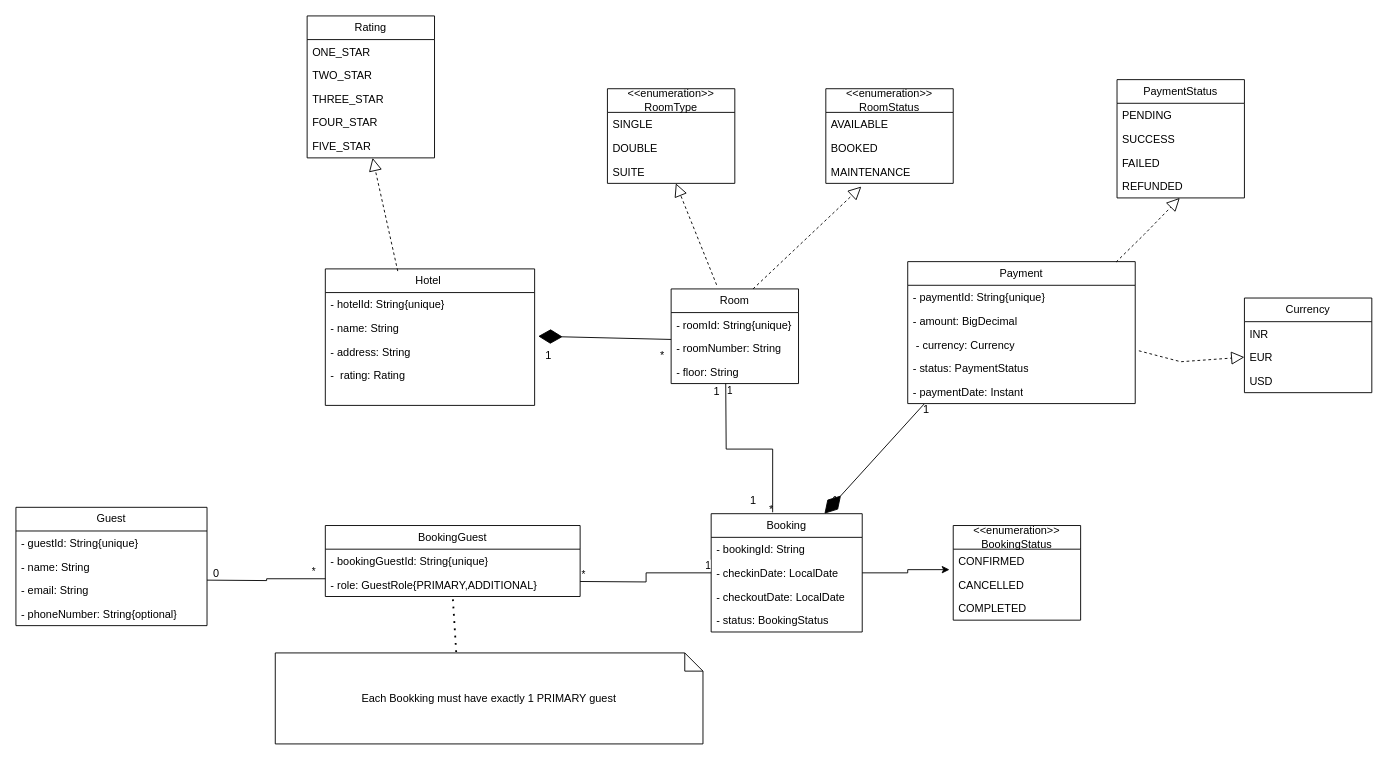
This is page "HotelBooking" (4 of 4) of UML Diagram/Practice.drawio from prakashbtech87/aaaaaaaaaaaPrakashDrawIORepo, a draw.io file, before an edit. Source tidied: cells renumbered, new cells numbered last; positions are measured from the earlier drawing's top-left corner, leaving out a move shared by most shapes. Both pictures are drawn from the tidied source at 91%, with x=0, y=0 at pixel (15, 15).
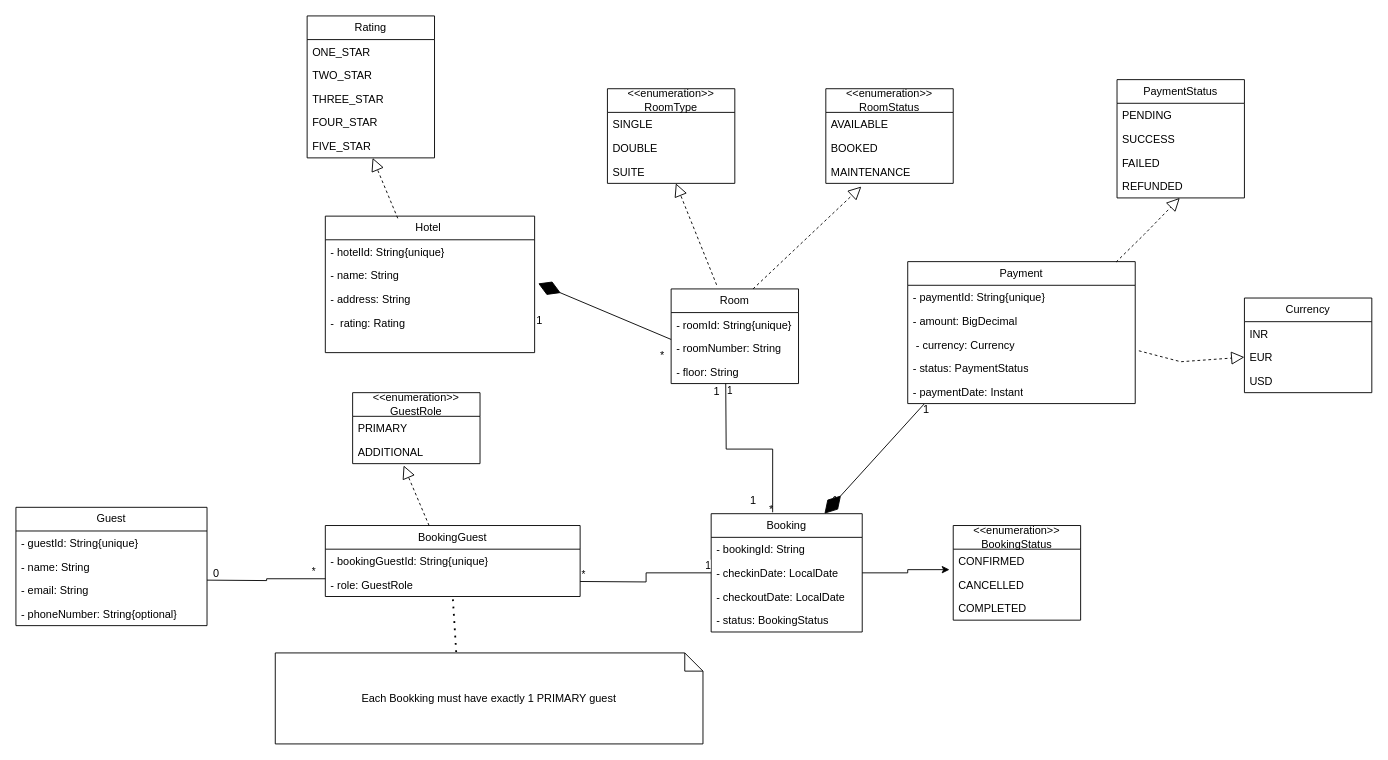
The same page after the edit.

Unchanged cells that the change refers to:
```xml
<mxCell id="61" value="BookingGuest" style="swimlane;fontStyle=0;horizontal=1;startSize=26;fillColor=none;whiteSpace=wrap;html=1;" parent="1" vertex="1">
  <mxGeometry x="340" y="560" width="280" height="78" as="geometry" />
</mxCell>
```

Diff of the diagram source:
```diff
@@
     <mxCell id="2" value="Hotel&amp;nbsp;" style="swimlane;fontStyle=0;horizontal=1;startSize=26;fillColor=none;whiteSpace=wrap;html=1;" parent="1" vertex="1">
-      <mxGeometry x="340" y="278" width="230" height="150" as="geometry" />
+      <mxGeometry x="340" y="220" width="230" height="150" as="geometry" />
     </mxCell>
@@
     <mxCell id="36" value="1" style="text;html=1;align=center;verticalAlign=middle;strokeColor=none;fillColor=none;" parent="1" vertex="1">
-      <mxGeometry x="570" y="358" width="30" height="30" as="geometry" />
+      <mxGeometry x="560" y="320" width="30" height="30" as="geometry" />
     </mxCell>
@@
-    <mxCell id="63" value="- role: GuestRole{PRIMARY,ADDITIONAL}" style="text;strokeColor=none;fillColor=none;align=left;verticalAlign=top;spacingLeft=4;spacingRight=4;overflow=hidden;points=[[0,0.5],[1,0.5]];portConstraint=eastwest;whiteSpace=wrap;html=1;" parent="61" vertex="1">
+    <mxCell id="63" value="- role: GuestRole" style="text;strokeColor=none;fillColor=none;align=left;verticalAlign=top;spacingLeft=4;spacingRight=4;overflow=hidden;points=[[0,0.5],[1,0.5]];portConstraint=eastwest;whiteSpace=wrap;html=1;" parent="61" vertex="1">
       <mxGeometry y="52" width="280" height="26" as="geometry" />
     </mxCell>
@@
+    <mxCell id="82" value="&amp;lt;&amp;lt;enumeration&amp;gt;&amp;gt;&lt;div&gt;GuestRole&lt;/div&gt;" style="swimlane;fontStyle=0;horizontal=1;startSize=26;fillColor=none;whiteSpace=wrap;html=1;" parent="1" vertex="1">
+      <mxGeometry x="370" y="414" width="140" height="78" as="geometry" />
+    </mxCell>
+    <mxCell id="83" value="PRIMARY" style="text;strokeColor=none;fillColor=none;align=left;verticalAlign=top;spacingLeft=4;spacingRight=4;overflow=hidden;whiteSpace=wrap;html=1;" parent="82" vertex="1">
+      <mxGeometry y="26" width="140" height="26" as="geometry" />
+    </mxCell>
+    <mxCell id="84" value="ADDITIONAL" style="text;strokeColor=none;fillColor=none;align=left;verticalAlign=top;spacingLeft=4;spacingRight=4;overflow=hidden;whiteSpace=wrap;html=1;" parent="82" vertex="1">
+      <mxGeometry y="52" width="140" height="26" as="geometry" />
+    </mxCell>
+    <mxCell id="85" style="endArrow=block;dashed=1;endFill=0;endSize=12;html=1;rounded=0;exitX=0.346;exitY=0.016;exitDx=0;exitDy=0;exitPerimeter=0;entryX=0.514;entryY=1;entryDx=0;entryDy=0;entryPerimeter=0;" parent="1" edge="1">
+      <mxGeometry relative="1" as="geometry">
+        <mxPoint x="454" y="560" as="sourcePoint" />
+        <mxPoint x="426" y="494" as="targetPoint" />
+        <Array as="points">
+          <mxPoint x="426" y="494" />
+        </Array>
+      </mxGeometry>
+    </mxCell>
```
